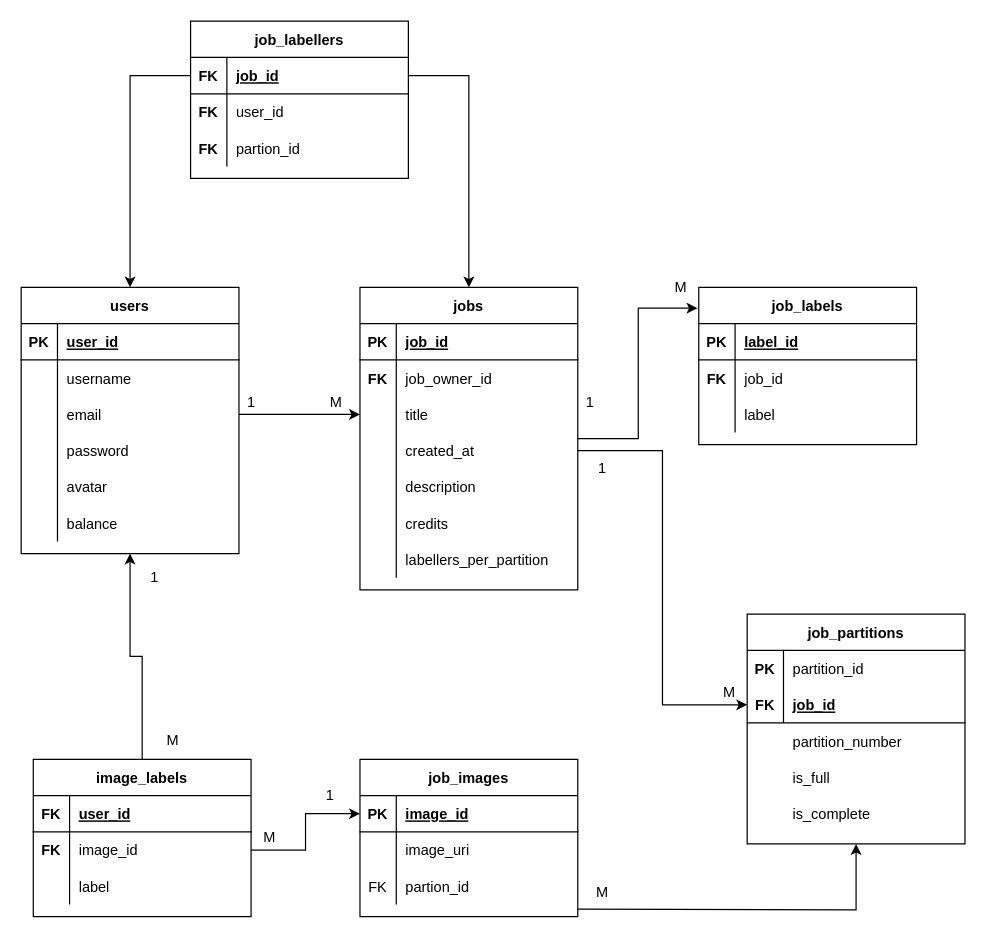
Above: db_structure.drawio in faisal2754/Data-Labelling-Server (draw.io), before the change. Source tidied: cells renumbered, new cells numbered last; positions are measured from the earlier drawing's top-left corner, leaving out a move shared by most shapes. Both pictures are drawn from the tidied source at 121%, with x=0, y=0 at pixel (21, 21).
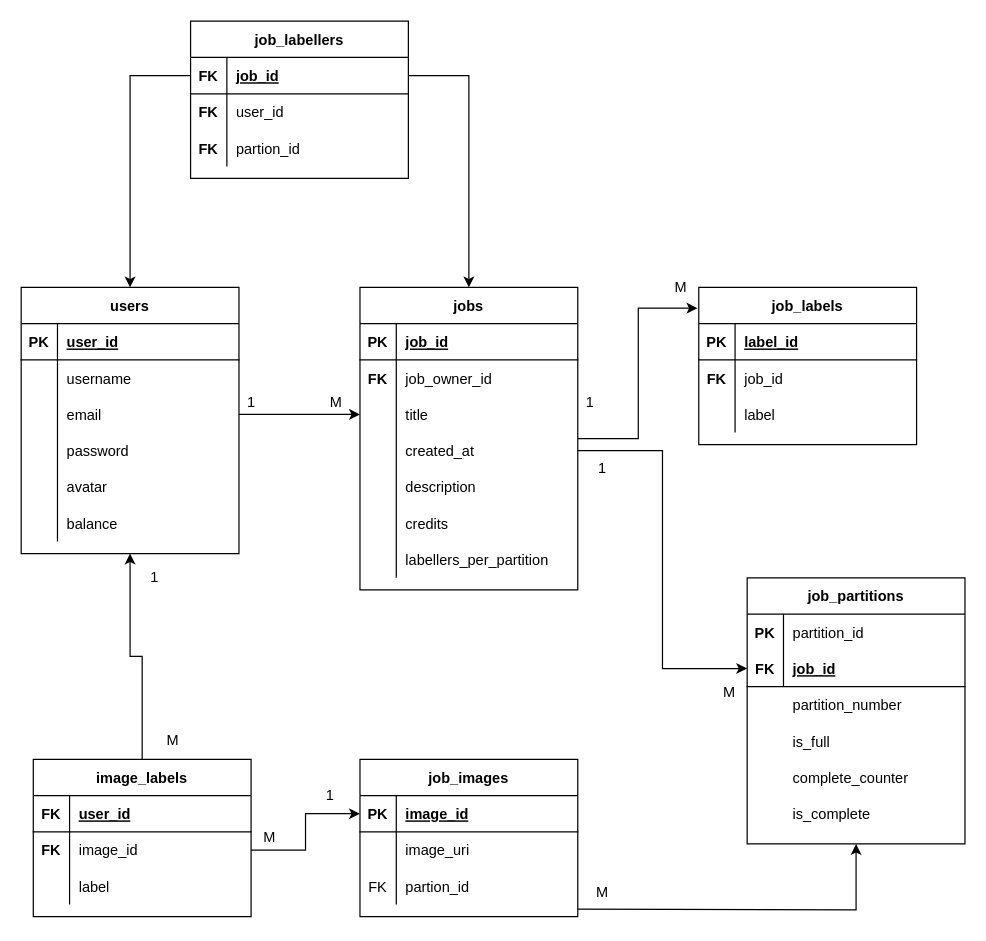
The same diagram, later.

Diff of the diagram source:
```diff
@@
     <mxCell id="93" value="job_partitions" style="shape=table;startSize=30;childLayout=tableLayout;rowLines=0;fontStyle=1;align=center;" parent="1" vertex="1">
-      <mxGeometry x="600" y="490" width="180" height="190" as="geometry" />
+      <mxGeometry x="600" y="460" width="180" height="220" as="geometry" />
     </mxCell>
@@
     <mxCell id="101" value="partition_number" style="shape=partialRectangle;fillColor=none;top=0;left=0;bottom=0;right=0;align=left;spacingLeft=6;overflow=hidden;" parent="1" vertex="1">
-      <mxGeometry x="630" y="580" width="150" height="30" as="geometry" />
+      <mxGeometry x="630" y="550" width="150" height="30" as="geometry" />
     </mxCell>
@@
     <mxCell id="105" value="is_full" style="shape=partialRectangle;fillColor=none;top=0;left=0;bottom=0;right=0;align=left;spacingLeft=6;overflow=hidden;" parent="1" vertex="1">
-      <mxGeometry x="630" y="610" width="150" height="30" as="geometry" />
+      <mxGeometry x="630" y="580" width="150" height="30" as="geometry" />
     </mxCell>
@@
-    <mxCell id="111" value="is_complete" style="shape=partialRectangle;fillColor=none;top=0;left=0;bottom=0;right=0;align=left;spacingLeft=6;overflow=hidden;" parent="1" vertex="1">
-      <mxGeometry x="630" y="640" width="150" height="30" as="geometry" />
+    <mxCell id="111" value="complete_counter" style="shape=partialRectangle;fillColor=none;top=0;left=0;bottom=0;right=0;align=left;spacingLeft=6;overflow=hidden;" parent="1" vertex="1">
+      <mxGeometry x="630" y="610" width="150" height="30" as="geometry" />
     </mxCell>
+    <mxCell id="112" value="is_complete" style="shape=partialRectangle;fillColor=none;top=0;left=0;bottom=0;right=0;align=left;spacingLeft=6;overflow=hidden;" parent="1" vertex="1">
+      <mxGeometry x="630" y="640" width="150" height="30" as="geometry" />
+    </mxCell>
```
